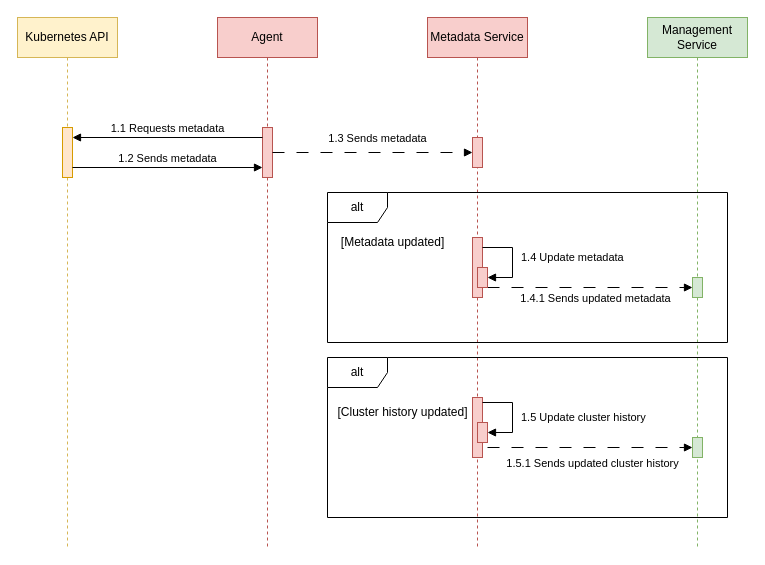
Before: docs/diagrams/sequence-diagrams/metadata-collection/metadata-collection-sequence-diagram.drawio in Magpie-Monitor/magpie-monitor, a draw.io diagram. Source tidied: cells renumbered, new cells numbered last; positions are measured from the earlier drawing's top-left corner, leaving out a move shared by most shapes. Both pictures are drawn from the tidied source at 100%, with x=0, y=0 at pixel (17, 17).
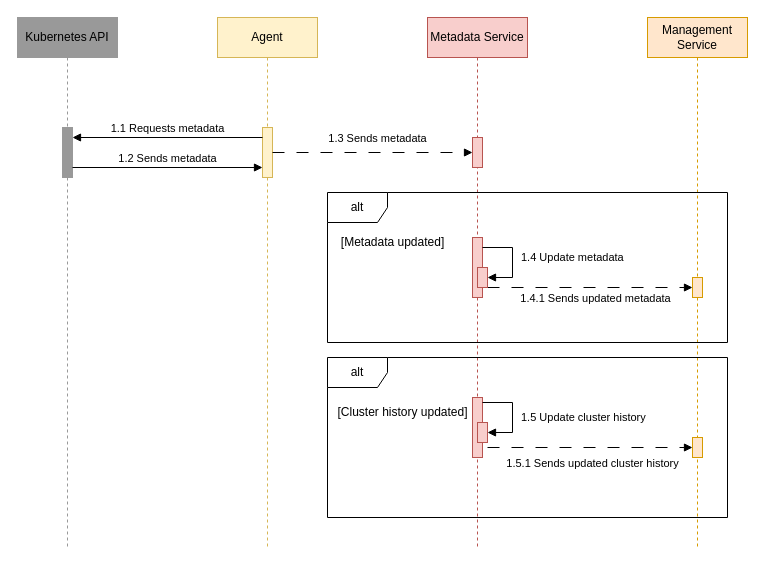
Above is the later version.

Diff of the diagram source:
```diff
@@
-    <mxCell id="2" value="Agent" style="shape=umlLifeline;perimeter=lifelinePerimeter;whiteSpace=wrap;html=1;newEdgeStyle={&quot;curved&quot;:0,&quot;rounded&quot;:0};fillColor=#f8cecc;strokeColor=#b85450;" parent="1" vertex="1">
+    <mxCell id="2" value="Agent" style="shape=umlLifeline;perimeter=lifelinePerimeter;whiteSpace=wrap;html=1;newEdgeStyle={&quot;curved&quot;:0,&quot;rounded&quot;:0};fillColor=#fff2cc;strokeColor=#d6b656;" parent="1" vertex="1">
       <mxGeometry x="200" width="100" height="530" as="geometry" />
     </mxCell>
-    <mxCell id="3" style="html=1;points=[[0,0,0,0,5],[0,1,0,0,-5],[1,0,0,0,5],[1,1,0,0,-5]];perimeter=orthogonalPerimeter;outlineConnect=0;targetShapes=umlLifeline;portConstraint=eastwest;newEdgeStyle={&quot;curved&quot;:0,&quot;rounded&quot;:0};fillColor=#f8cecc;strokeColor=#b85450;" parent="2" vertex="1">
+    <mxCell id="3" style="html=1;points=[[0,0,0,0,5],[0,1,0,0,-5],[1,0,0,0,5],[1,1,0,0,-5]];perimeter=orthogonalPerimeter;outlineConnect=0;targetShapes=umlLifeline;portConstraint=eastwest;newEdgeStyle={&quot;curved&quot;:0,&quot;rounded&quot;:0};fillColor=#fff2cc;strokeColor=#d6b656;" parent="2" vertex="1">
       <mxGeometry x="45" y="110" width="10" height="50" as="geometry" />
     </mxCell>
@@
-    <mxCell id="6" value="Management Service" style="shape=umlLifeline;perimeter=lifelinePerimeter;whiteSpace=wrap;html=1;newEdgeStyle={&quot;curved&quot;:0,&quot;rounded&quot;:0};fillColor=#d5e8d4;strokeColor=#82b366;" parent="1" vertex="1">
+    <mxCell id="6" value="Management Service" style="shape=umlLifeline;perimeter=lifelinePerimeter;whiteSpace=wrap;html=1;newEdgeStyle={&quot;curved&quot;:0,&quot;rounded&quot;:0};fillColor=#ffe6cc;strokeColor=#d79b00;" parent="1" vertex="1">
       <mxGeometry x="630" width="100" height="530" as="geometry" />
     </mxCell>
-    <mxCell id="7" style="html=1;points=[[0,0,0,0,5],[0,1,0,0,-5],[1,0,0,0,5],[1,1,0,0,-5]];perimeter=orthogonalPerimeter;outlineConnect=0;targetShapes=umlLifeline;portConstraint=eastwest;newEdgeStyle={&quot;curved&quot;:0,&quot;rounded&quot;:0};fillColor=#d5e8d4;strokeColor=#82b366;" parent="6" vertex="1">
+    <mxCell id="7" style="html=1;points=[[0,0,0,0,5],[0,1,0,0,-5],[1,0,0,0,5],[1,1,0,0,-5]];perimeter=orthogonalPerimeter;outlineConnect=0;targetShapes=umlLifeline;portConstraint=eastwest;newEdgeStyle={&quot;curved&quot;:0,&quot;rounded&quot;:0};fillColor=#ffe6cc;strokeColor=#d79b00;" parent="6" vertex="1">
       <mxGeometry x="45" y="260" width="10" height="20" as="geometry" />
     </mxCell>
@@
-    <mxCell id="16" style="html=1;perimeter=orthogonalPerimeter;targetShapes=umlLifeline;newEdgeStyle={&quot;curved&quot;:0,&quot;rounded&quot;:0};fillColor=#d5e8d4;strokeColor=#82b366;" parent="1" vertex="1">
+    <mxCell id="16" style="html=1;perimeter=orthogonalPerimeter;targetShapes=umlLifeline;newEdgeStyle={&quot;curved&quot;:0,&quot;rounded&quot;:0};fillColor=#ffe6cc;strokeColor=#d79b00;" parent="1" vertex="1">
       <mxGeometry x="675" y="420" width="10" height="20" as="geometry" />
     </mxCell>
@@
-    <mxCell id="23" value="Kubernetes API" style="shape=umlLifeline;perimeter=lifelinePerimeter;whiteSpace=wrap;html=1;newEdgeStyle={&quot;curved&quot;:0,&quot;rounded&quot;:0};fillColor=#fff2cc;strokeColor=#d6b656;" parent="1" vertex="1">
+    <mxCell id="23" value="Kubernetes API" style="shape=umlLifeline;perimeter=lifelinePerimeter;whiteSpace=wrap;html=1;newEdgeStyle={&quot;curved&quot;:0,&quot;rounded&quot;:0};fillColor=#999999;strokeColor=#999999;" parent="1" vertex="1">
       <mxGeometry width="100" height="530" as="geometry" />
     </mxCell>
-    <mxCell id="24" style="html=1;perimeter=orthogonalPerimeter;targetShapes=umlLifeline;newEdgeStyle={&quot;curved&quot;:0,&quot;rounded&quot;:0};fillColor=#ffe6cc;strokeColor=#d79b00;" parent="23" vertex="1">
+    <mxCell id="24" style="html=1;perimeter=orthogonalPerimeter;targetShapes=umlLifeline;newEdgeStyle={&quot;curved&quot;:0,&quot;rounded&quot;:0};fillColor=#999999;strokeColor=#999999;" parent="23" vertex="1">
       <mxGeometry x="45" y="110" width="10" height="50" as="geometry" />
     </mxCell>
```
